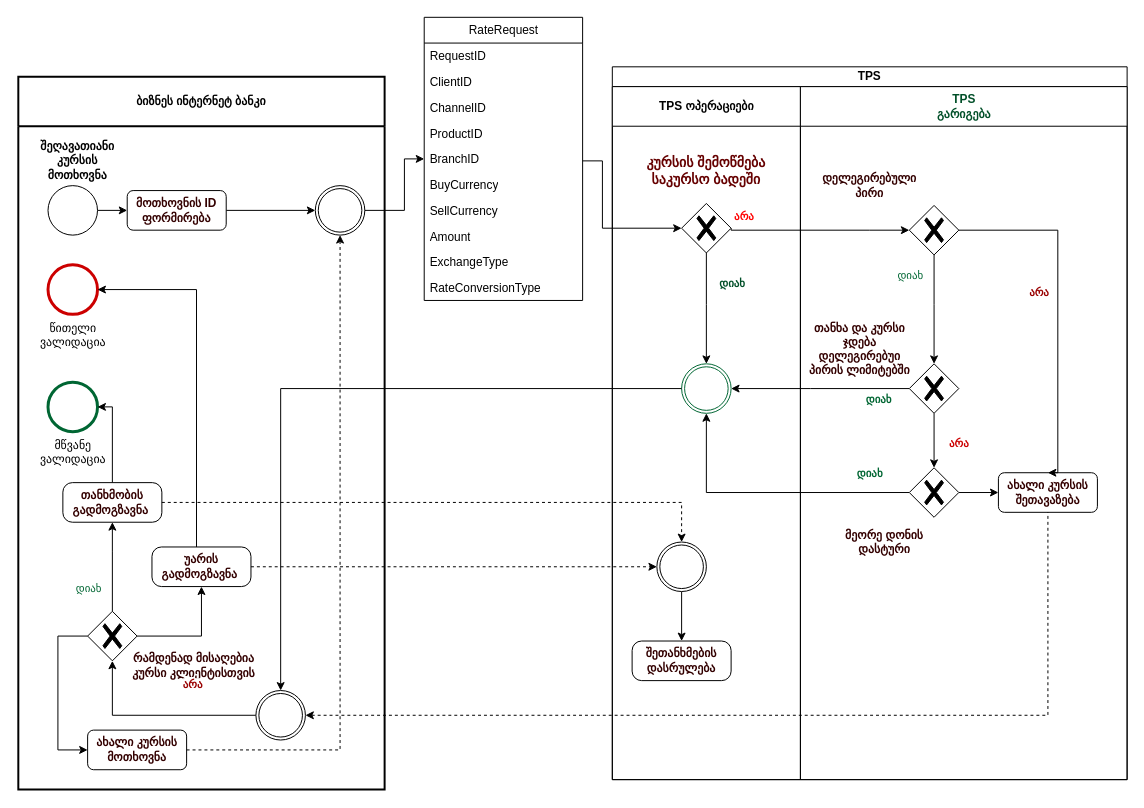
Before: page "შეღავათიანიi კურსზე შეთანხმება" (1 of 3) of RateDealProcessDiagram.drawio in vaso514d/drawio, a draw.io diagram. Source tidied: cells renumbered, new cells numbered last; positions are measured from the earlier drawing's top-left corner, leaving out a move shared by most shapes. Both pictures are drawn from the tidied source at 99%, with x=0, y=0 at pixel (18, 17).
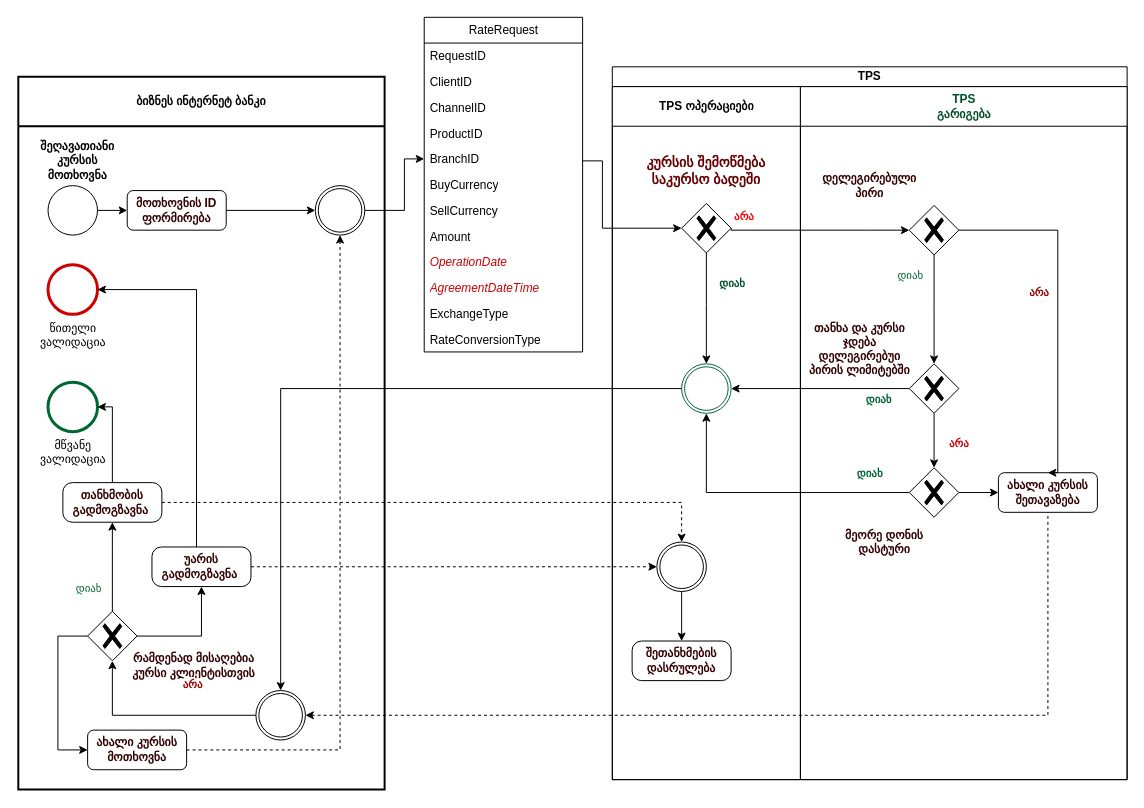
The same diagram, later.

The edit, as a diff of the source:
```diff
@@
     <mxCell id="59" value="RateRequest" style="swimlane;fontStyle=0;horizontal=1;startSize=26;fillColor=none;html=1;fontColor=#000000;" parent="1" vertex="1">
-      <mxGeometry x="410" width="160" height="286" as="geometry" />
+      <mxGeometry x="410" width="160" height="338" as="geometry" />
     </mxCell>
@@
+    <mxCell id="73" value="OperationDate" style="text;strokeColor=none;fillColor=none;align=left;verticalAlign=top;spacingLeft=4;spacingRight=4;overflow=hidden;whiteSpace=wrap;html=1;fontColor=#CC0000;fontStyle=2;" parent="59" vertex="1">
+      <mxGeometry y="234" width="160" height="26" as="geometry" />
+    </mxCell>
+    <mxCell id="74" value="AgreementDateTime" style="text;strokeColor=none;fillColor=none;align=left;verticalAlign=top;spacingLeft=4;spacingRight=4;overflow=hidden;whiteSpace=wrap;html=1;fontColor=#CC0000;fontStyle=2;" parent="59" vertex="1">
+      <mxGeometry y="260" width="160" height="26" as="geometry" />
+    </mxCell>
     <mxCell id="68" value="ExchangeType" style="text;strokeColor=none;fillColor=none;align=left;verticalAlign=top;spacingLeft=4;spacingRight=4;overflow=hidden;whiteSpace=wrap;html=1;fontColor=#000000;" parent="59" vertex="1">
-      <mxGeometry y="234" width="160" height="26" as="geometry" />
+      <mxGeometry y="286" width="160" height="26" as="geometry" />
     </mxCell>
     <mxCell id="69" value="RateConversionType" style="text;strokeColor=none;fillColor=none;align=left;verticalAlign=top;spacingLeft=4;spacingRight=4;overflow=hidden;whiteSpace=wrap;html=1;fontColor=#000000;" parent="59" vertex="1">
-      <mxGeometry y="260" width="160" height="26" as="geometry" />
+      <mxGeometry y="312" width="160" height="26" as="geometry" />
     </mxCell>
```
